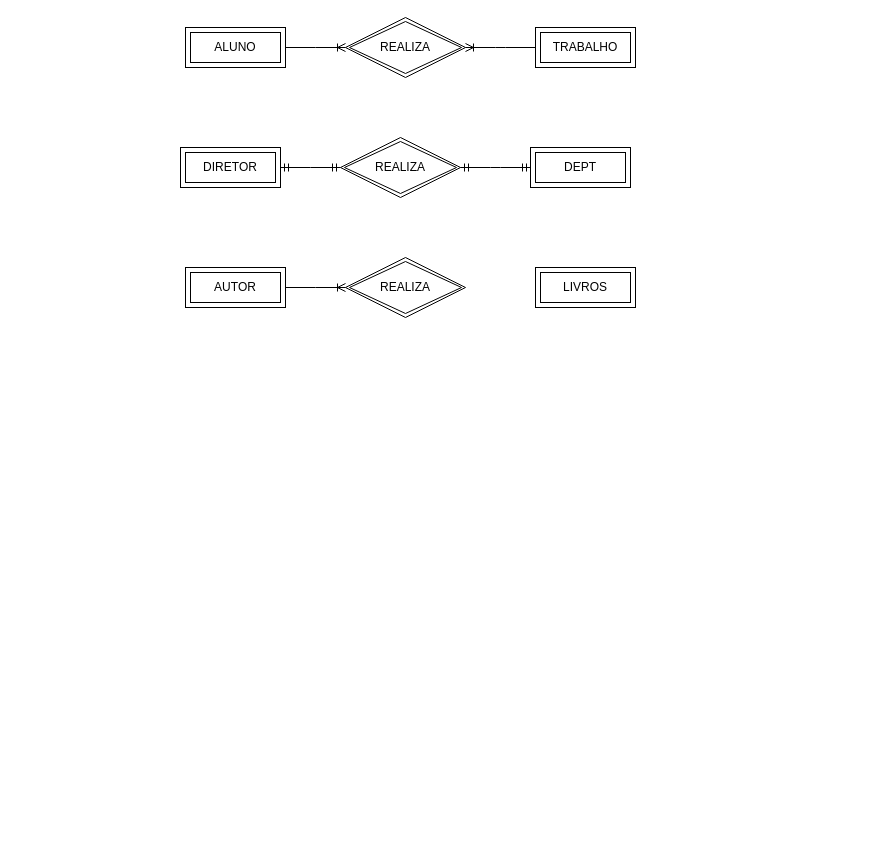
Earlier version of the draw.io diagram DRAW.IO/Cardinalidade.drawio (Henrique-nte/SENAI_ISSUES). Source tidied: cells renumbered, new cells numbered last; positions are measured from the earlier drawing's top-left corner, leaving out a move shared by most shapes. Both pictures are drawn from the tidied source at 100%, with x=0, y=0 at pixel (180, 17).
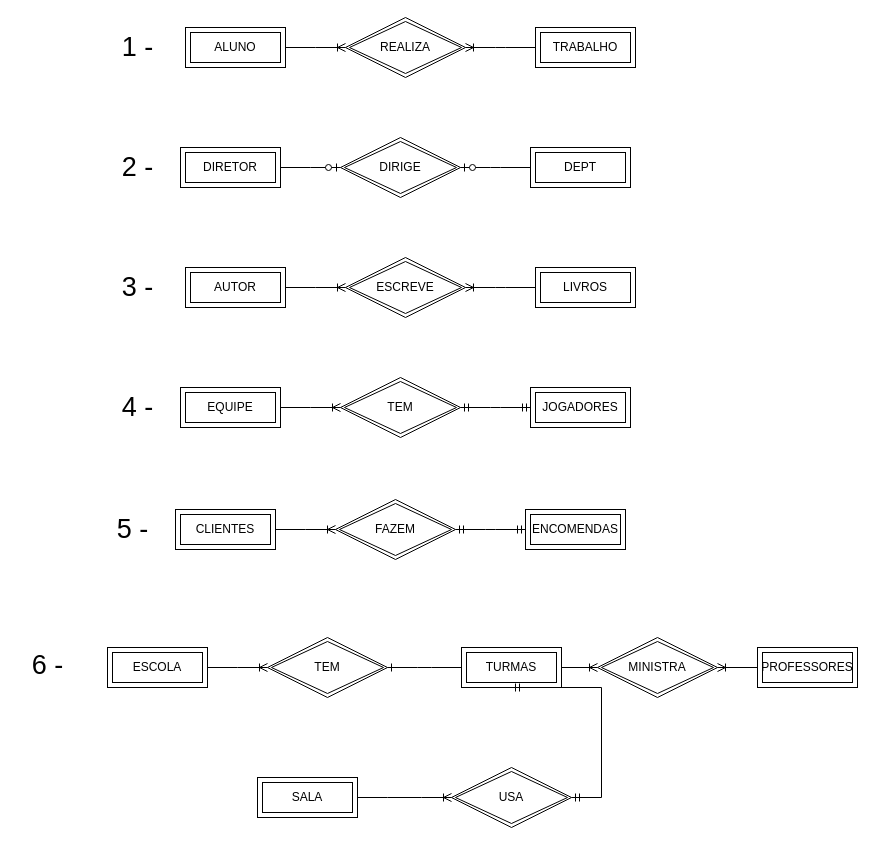
After the change.

Unchanged cells that the change refers to:
```xml
<mxCell id="7" value="DIRETOR" style="shape=ext;margin=3;double=1;whiteSpace=wrap;html=1;align=center;" parent="1" vertex="1">
  <mxGeometry y="130" width="100" height="40" as="geometry" />
</mxCell>
<mxCell id="9" value="DEPT" style="shape=ext;margin=3;double=1;whiteSpace=wrap;html=1;align=center;" parent="1" vertex="1">
  <mxGeometry x="350" y="130" width="100" height="40" as="geometry" />
</mxCell>
<mxCell id="10" value="AUTOR" style="shape=ext;margin=3;double=1;whiteSpace=wrap;html=1;align=center;" parent="1" vertex="1">
  <mxGeometry x="5" y="250" width="100" height="40" as="geometry" />
</mxCell>
<mxCell id="12" value="LIVROS" style="shape=ext;margin=3;double=1;whiteSpace=wrap;html=1;align=center;" parent="1" vertex="1">
  <mxGeometry x="355" y="250" width="100" height="40" as="geometry" />
</mxCell>
```

The edit, as a diff of the source:
```diff
@@
-    <mxCell id="8" value="REALIZA" style="shape=rhombus;double=1;perimeter=rhombusPerimeter;whiteSpace=wrap;html=1;align=center;" parent="1" vertex="1">
+    <mxCell id="8" value="DIRIGE" style="shape=rhombus;double=1;perimeter=rhombusPerimeter;whiteSpace=wrap;html=1;align=center;" parent="1" vertex="1">
       <mxGeometry x="160" y="120" width="120" height="60" as="geometry" />
     </mxCell>
@@
-    <mxCell id="11" value="REALIZA" style="shape=rhombus;double=1;perimeter=rhombusPerimeter;whiteSpace=wrap;html=1;align=center;" parent="1" vertex="1">
+    <mxCell id="11" value="ESCREVE" style="shape=rhombus;double=1;perimeter=rhombusPerimeter;whiteSpace=wrap;html=1;align=center;" parent="1" vertex="1">
       <mxGeometry x="165" y="240" width="120" height="60" as="geometry" />
     </mxCell>
@@
+    <mxCell id="15" style="edgeStyle=entityRelationEdgeStyle;fontSize=12;html=1;endArrow=ERoneToMany;rounded=0;exitX=1;exitY=0.5;exitDx=0;exitDy=0;entryX=0;entryY=0.5;entryDx=0;entryDy=0;" parent="1" edge="1" source="10" target="11">
+      <mxGeometry relative="1" as="geometry" />
+    </mxCell>
+    <mxCell id="16" style="edgeStyle=entityRelationEdgeStyle;fontSize=12;html=1;endArrow=ERoneToMany;rounded=0;entryX=1;entryY=0.5;entryDx=0;entryDy=0;exitX=0;exitY=0.5;exitDx=0;exitDy=0;" parent="1" edge="1" source="12" target="11">
+      <mxGeometry relative="1" as="geometry" />
+    </mxCell>
+    <mxCell id="17" value="EQUIPE" style="shape=ext;margin=3;double=1;whiteSpace=wrap;html=1;align=center;" parent="1" vertex="1">
+      <mxGeometry y="370" width="100" height="40" as="geometry" />
+    </mxCell>
+    <mxCell id="18" value="TEM" style="shape=rhombus;double=1;perimeter=rhombusPerimeter;whiteSpace=wrap;html=1;align=center;" parent="1" vertex="1">
+      <mxGeometry x="160" y="360" width="120" height="60" as="geometry" />
+    </mxCell>
+    <mxCell id="19" value="JOGADORES" style="shape=ext;margin=3;double=1;whiteSpace=wrap;html=1;align=center;" parent="1" vertex="1">
+      <mxGeometry x="350" y="370" width="100" height="40" as="geometry" />
+    </mxCell>
+    <mxCell id="20" style="edgeStyle=entityRelationEdgeStyle;fontSize=12;html=1;endArrow=ERoneToMany;rounded=0;exitX=1;exitY=0.5;exitDx=0;exitDy=0;entryX=0;entryY=0.5;entryDx=0;entryDy=0;" parent="1" edge="1" source="17" target="18">
+      <mxGeometry relative="1" as="geometry" />
+    </mxCell>
+    <mxCell id="21" value="CLIENTES" style="shape=ext;margin=3;double=1;whiteSpace=wrap;html=1;align=center;" parent="1" vertex="1">
+      <mxGeometry x="-5" y="492" width="100" height="40" as="geometry" />
+    </mxCell>
+    <mxCell id="22" value="FAZEM" style="shape=rhombus;double=1;perimeter=rhombusPerimeter;whiteSpace=wrap;html=1;align=center;" parent="1" vertex="1">
+      <mxGeometry x="155" y="482" width="120" height="60" as="geometry" />
+    </mxCell>
+    <mxCell id="23" value="ENCOMENDAS" style="shape=ext;margin=3;double=1;whiteSpace=wrap;html=1;align=center;" parent="1" vertex="1">
+      <mxGeometry x="345" y="492" width="100" height="40" as="geometry" />
+    </mxCell>
+    <mxCell id="24" style="edgeStyle=entityRelationEdgeStyle;fontSize=12;html=1;endArrow=ERoneToMany;rounded=0;exitX=1;exitY=0.5;exitDx=0;exitDy=0;entryX=0;entryY=0.5;entryDx=0;entryDy=0;" parent="1" edge="1" source="21" target="22">
+      <mxGeometry relative="1" as="geometry" />
+    </mxCell>
+    <mxCell id="25" style="edgeStyle=entityRelationEdgeStyle;fontSize=12;html=1;endArrow=ERmandOne;startArrow=ERmandOne;rounded=0;entryX=0;entryY=0.5;entryDx=0;entryDy=0;exitX=1;exitY=0.5;exitDx=0;exitDy=0;" parent="1" edge="1" source="22" target="23">
+      <mxGeometry relative="1" as="geometry" />
+    </mxCell>
+    <mxCell id="26" value="ESCOLA" style="shape=ext;margin=3;double=1;whiteSpace=wrap;html=1;align=center;" parent="1" vertex="1">
+      <mxGeometry x="-73" y="630" width="100" height="40" as="geometry" />
+    </mxCell>
+    <mxCell id="27" value="TURMAS" style="shape=ext;margin=3;double=1;whiteSpace=wrap;html=1;align=center;" parent="1" vertex="1">
+      <mxGeometry x="281" y="630" width="100" height="40" as="geometry" />
+    </mxCell>
+    <mxCell id="28" value="PROFESSORES" style="shape=ext;margin=3;double=1;whiteSpace=wrap;html=1;align=center;" parent="1" vertex="1">
+      <mxGeometry x="577" y="630" width="100" height="40" as="geometry" />
+    </mxCell>
+    <mxCell id="29" value="SALA" style="shape=ext;margin=3;double=1;whiteSpace=wrap;html=1;align=center;" parent="1" vertex="1">
+      <mxGeometry x="77" y="760" width="100" height="40" as="geometry" />
+    </mxCell>
+    <mxCell id="30" value="TEM" style="shape=rhombus;double=1;perimeter=rhombusPerimeter;whiteSpace=wrap;html=1;align=center;" parent="1" vertex="1">
+      <mxGeometry x="87" y="620" width="120" height="60" as="geometry" />
+    </mxCell>
+    <mxCell id="31" style="edgeStyle=entityRelationEdgeStyle;fontSize=12;html=1;endArrow=ERoneToMany;rounded=0;exitX=1;exitY=0.5;exitDx=0;exitDy=0;entryX=0;entryY=0.5;entryDx=0;entryDy=0;" parent="1" edge="1" source="26" target="30">
+      <mxGeometry relative="1" as="geometry" />
+    </mxCell>
+    <mxCell id="32" value="MINISTRA" style="shape=rhombus;double=1;perimeter=rhombusPerimeter;whiteSpace=wrap;html=1;align=center;" parent="1" vertex="1">
+      <mxGeometry x="417" y="620" width="120" height="60" as="geometry" />
+    </mxCell>
+    <mxCell id="33" style="edgeStyle=entityRelationEdgeStyle;fontSize=12;html=1;endArrow=ERoneToMany;rounded=0;exitX=1;exitY=0.5;exitDx=0;exitDy=0;entryX=0;entryY=0.5;entryDx=0;entryDy=0;" parent="1" edge="1" source="27" target="32">
+      <mxGeometry relative="1" as="geometry" />
+    </mxCell>
+    <mxCell id="34" style="edgeStyle=entityRelationEdgeStyle;fontSize=12;html=1;endArrow=ERone;endFill=1;rounded=0;exitX=0;exitY=0.5;exitDx=0;exitDy=0;entryX=1;entryY=0.5;entryDx=0;entryDy=0;" parent="1" edge="1" source="27" target="30">
+      <mxGeometry relative="1" as="geometry" />
+    </mxCell>
+    <mxCell id="35" style="edgeStyle=entityRelationEdgeStyle;fontSize=12;html=1;endArrow=ERoneToMany;rounded=0;exitX=0;exitY=0.5;exitDx=0;exitDy=0;entryX=1;entryY=0.5;entryDx=0;entryDy=0;" parent="1" edge="1" source="28" target="32">
+      <mxGeometry relative="1" as="geometry" />
+    </mxCell>
+    <mxCell id="36" value="USA" style="shape=rhombus;double=1;perimeter=rhombusPerimeter;whiteSpace=wrap;html=1;align=center;" parent="1" vertex="1">
+      <mxGeometry x="271" y="750" width="120" height="60" as="geometry" />
+    </mxCell>
+    <mxCell id="37" style="edgeStyle=entityRelationEdgeStyle;fontSize=12;html=1;endArrow=ERmandOne;startArrow=ERmandOne;rounded=0;entryX=0.5;entryY=1;entryDx=0;entryDy=0;" parent="1" edge="1" source="36" target="27">
+      <mxGeometry relative="1" as="geometry">
+        <Array as="points">
+          <mxPoint x="327" y="690" />
+          <mxPoint x="267" y="700" />
+          <mxPoint x="297" y="720" />
+        </Array>
+      </mxGeometry>
+    </mxCell>
+    <mxCell id="38" style="edgeStyle=entityRelationEdgeStyle;fontSize=12;html=1;endArrow=ERoneToMany;rounded=0;exitX=1;exitY=0.5;exitDx=0;exitDy=0;entryX=0;entryY=0.5;entryDx=0;entryDy=0;" parent="1" edge="1" source="29" target="36">
+      <mxGeometry relative="1" as="geometry" />
+    </mxCell>
-    <mxCell id="13" style="edgeStyle=entityRelationEdgeStyle;fontSize=12;html=1;endArrow=ERmandOne;startArrow=ERmandOne;rounded=0;exitX=1;exitY=0.5;exitDx=0;exitDy=0;entryX=0;entryY=0.5;entryDx=0;entryDy=0;" parent="1" edge="1" source="7" target="8">
+    <mxCell id="13" style="edgeStyle=entityRelationEdgeStyle;fontSize=12;html=1;endArrow=ERzeroToOne;endFill=1;rounded=0;exitX=1;exitY=0.5;exitDx=0;exitDy=0;entryX=0;entryY=0.5;entryDx=0;entryDy=0;" parent="1" edge="1" source="7" target="8">
       <mxGeometry relative="1" as="geometry" />
     </mxCell>
-    <mxCell id="14" style="edgeStyle=entityRelationEdgeStyle;fontSize=12;html=1;endArrow=ERmandOne;startArrow=ERmandOne;rounded=0;entryX=0;entryY=0.5;entryDx=0;entryDy=0;exitX=1;exitY=0.5;exitDx=0;exitDy=0;" parent="1" edge="1" source="8" target="9">
-      <mxGeometry relative="1" as="geometry" />
-    </mxCell>
-    <mxCell id="15" style="edgeStyle=entityRelationEdgeStyle;fontSize=12;html=1;endArrow=ERoneToMany;rounded=0;exitX=1;exitY=0.5;exitDx=0;exitDy=0;entryX=0;entryY=0.5;entryDx=0;entryDy=0;" parent="1" edge="1" source="10" target="11">
-      <mxGeometry relative="1" as="geometry" />
-    </mxCell>
+    <mxCell id="39" style="edgeStyle=entityRelationEdgeStyle;fontSize=12;html=1;endArrow=ERzeroToOne;endFill=1;rounded=0;exitX=0;exitY=0.5;exitDx=0;exitDy=0;entryX=1;entryY=0.5;entryDx=0;entryDy=0;" parent="1" edge="1" source="9" target="8">
+      <mxGeometry relative="1" as="geometry" />
+    </mxCell>
+    <mxCell id="40" value="&lt;font style=&quot;font-size: 27px;&quot;&gt;1 -&lt;font&gt;&lt;br&gt;&lt;/font&gt;&lt;/font&gt;" style="text;html=1;align=center;verticalAlign=middle;strokeColor=none;fillColor=none;" parent="1" vertex="1">
+      <mxGeometry x="-73" y="5" width="60" height="50" as="geometry" />
+    </mxCell>
+    <mxCell id="41" value="&lt;font style=&quot;font-size: 27px;&quot;&gt;2 -&lt;font&gt;&lt;br&gt;&lt;/font&gt;&lt;/font&gt;" style="text;html=1;align=center;verticalAlign=middle;strokeColor=none;fillColor=none;" parent="1" vertex="1">
+      <mxGeometry x="-73" y="125" width="60" height="50" as="geometry" />
+    </mxCell>
+    <mxCell id="42" value="&lt;font style=&quot;font-size: 27px;&quot;&gt;3 -&lt;font&gt;&lt;br&gt;&lt;/font&gt;&lt;/font&gt;" style="text;html=1;align=center;verticalAlign=middle;strokeColor=none;fillColor=none;" parent="1" vertex="1">
+      <mxGeometry x="-73" y="245" width="60" height="50" as="geometry" />
+    </mxCell>
+    <mxCell id="43" value="&lt;font style=&quot;font-size: 27px;&quot;&gt;4 -&lt;font&gt;&lt;br&gt;&lt;/font&gt;&lt;/font&gt;" style="text;html=1;align=center;verticalAlign=middle;strokeColor=none;fillColor=none;" parent="1" vertex="1">
+      <mxGeometry x="-73" y="365" width="60" height="50" as="geometry" />
+    </mxCell>
+    <mxCell id="44" value="&lt;font style=&quot;font-size: 27px;&quot;&gt;5 -&lt;font&gt;&lt;br&gt;&lt;/font&gt;&lt;/font&gt;" style="text;html=1;align=center;verticalAlign=middle;strokeColor=none;fillColor=none;" parent="1" vertex="1">
+      <mxGeometry x="-78" y="487" width="60" height="50" as="geometry" />
+    </mxCell>
+    <mxCell id="45" value="&lt;font style=&quot;font-size: 27px;&quot;&gt;6 -&lt;font&gt;&lt;br&gt;&lt;/font&gt;&lt;/font&gt;" style="text;html=1;align=center;verticalAlign=middle;strokeColor=none;fillColor=none;" parent="1" vertex="1">
+      <mxGeometry x="-163" y="623" width="60" height="50" as="geometry" />
+    </mxCell>
+    <mxCell id="46" style="edgeStyle=entityRelationEdgeStyle;fontSize=12;html=1;endArrow=ERmandOne;startArrow=ERmandOne;rounded=0;exitX=0;exitY=0.5;exitDx=0;exitDy=0;entryX=1;entryY=0.5;entryDx=0;entryDy=0;" parent="1" edge="1" source="19" target="18">
+      <mxGeometry relative="1" as="geometry" />
+    </mxCell>
```
